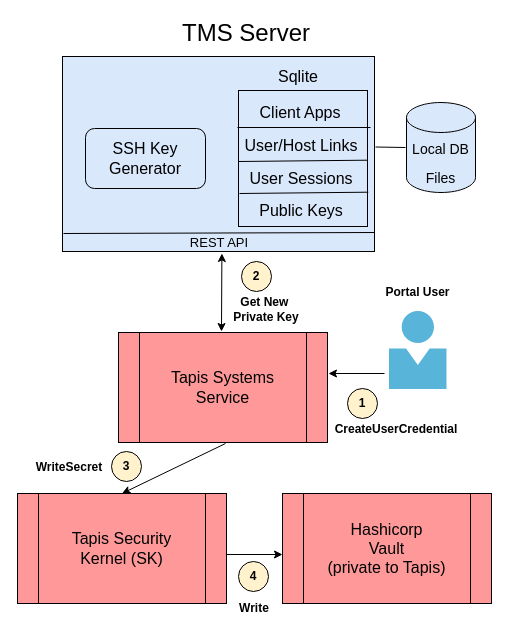
This is source/technical/TMSSshKeyCreate.drawio from tapis-project/tms-documentation, a draw.io file, before an edit. Source tidied: cells renumbered, new cells numbered last; positions are measured from the earlier drawing's top-left corner, leaving out a move shared by most shapes. Both pictures are drawn from the tidied source at 100%, with x=0, y=0 at pixel (17, 17).
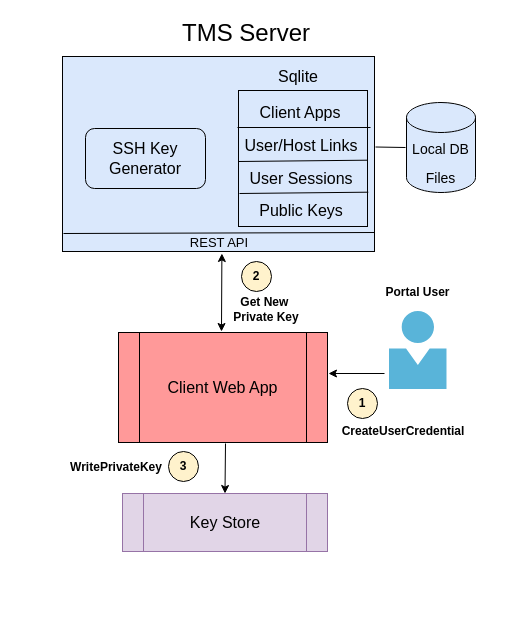
After the change.

What changed in the source:
```diff
@@
-    <mxCell id="18" value="Tapis Systems &lt;br&gt;Service" style="shape=process;whiteSpace=wrap;html=1;backgroundOutline=1;fontSize=16;fillColor=#FF9999;" parent="1" vertex="1">
+    <mxCell id="18" value="Client Web App" style="shape=process;whiteSpace=wrap;html=1;backgroundOutline=1;fontSize=16;fillColor=#FF9999;" parent="1" vertex="1">
       <mxGeometry x="101" y="315" width="209" height="110" as="geometry" />
     </mxCell>
@@
     <mxCell id="25" value="&lt;b&gt;CreateUserCredential&lt;/b&gt;" style="text;html=1;strokeColor=none;fillColor=none;align=center;verticalAlign=middle;whiteSpace=wrap;rounded=0;" parent="1" vertex="1">
-      <mxGeometry x="312" y="397" width="134" height="30" as="geometry" />
+      <mxGeometry x="319" y="399" width="134" height="30" as="geometry" />
     </mxCell>
@@
-    <mxCell id="28" value="Tapis Security&lt;br&gt;Kernel (SK)" style="shape=process;whiteSpace=wrap;html=1;backgroundOutline=1;fontSize=16;fillColor=#FF9999;" parent="1" vertex="1">
-      <mxGeometry y="476" width="209" height="110" as="geometry" />
+    <mxCell id="28" value="Key Store" style="shape=process;whiteSpace=wrap;html=1;backgroundOutline=1;fontSize=16;fillColor=#e1d5e7;strokeColor=#9673a6;" parent="1" vertex="1">
+      <mxGeometry x="105" y="476" width="205" height="58" as="geometry" />
     </mxCell>
     <mxCell id="29" value="&lt;b&gt;3&lt;/b&gt;" style="ellipse;whiteSpace=wrap;html=1;fillColor=#FFF2CC;" parent="1" vertex="1">
-      <mxGeometry x="94" y="434" width="30" height="30" as="geometry" />
+      <mxGeometry x="151" y="434" width="30" height="30" as="geometry" />
     </mxCell>
-    <mxCell id="30" value="&lt;b&gt;WriteSecret&lt;/b&gt;" style="text;html=1;strokeColor=none;fillColor=none;align=center;verticalAlign=middle;whiteSpace=wrap;rounded=0;" parent="1" vertex="1">
-      <mxGeometry x="10" y="435" width="84" height="30" as="geometry" />
+    <mxCell id="30" value="&lt;b&gt;WritePrivateKey&lt;/b&gt;" style="text;html=1;strokeColor=none;fillColor=none;align=center;verticalAlign=middle;whiteSpace=wrap;rounded=0;" parent="1" vertex="1">
+      <mxGeometry x="57" y="435" width="84" height="30" as="geometry" />
     </mxCell>
@@
-    <mxCell id="32" style="endArrow=none;html=1;rounded=0;startArrow=classic;startFill=1;endFill=0;" parent="1" edge="1">
-      <mxGeometry relative="1" as="geometry">
-        <mxPoint x="265" y="537" as="sourcePoint" />
-        <mxPoint x="209" y="537" as="targetPoint" />
-      </mxGeometry>
-    </mxCell>
-    <mxCell id="33" value="Hashicorp&lt;br&gt;Vault&lt;br&gt;(private to Tapis)" style="shape=process;whiteSpace=wrap;html=1;backgroundOutline=1;fontSize=16;fillColor=#FF9999;" parent="1" vertex="1">
-      <mxGeometry x="265" y="476" width="209" height="110" as="geometry" />
-    </mxCell>
-    <mxCell id="34" value="&lt;b&gt;4&lt;/b&gt;" style="ellipse;whiteSpace=wrap;html=1;fillColor=#FFF2CC;" parent="1" vertex="1">
-      <mxGeometry x="221" y="544" width="30" height="30" as="geometry" />
-    </mxCell>
-    <mxCell id="35" value="&lt;b&gt;Write&lt;/b&gt;" style="text;html=1;strokeColor=none;fillColor=none;align=center;verticalAlign=middle;whiteSpace=wrap;rounded=0;" parent="1" vertex="1">
-      <mxGeometry x="210" y="576" width="54" height="30" as="geometry" />
-    </mxCell>
```
